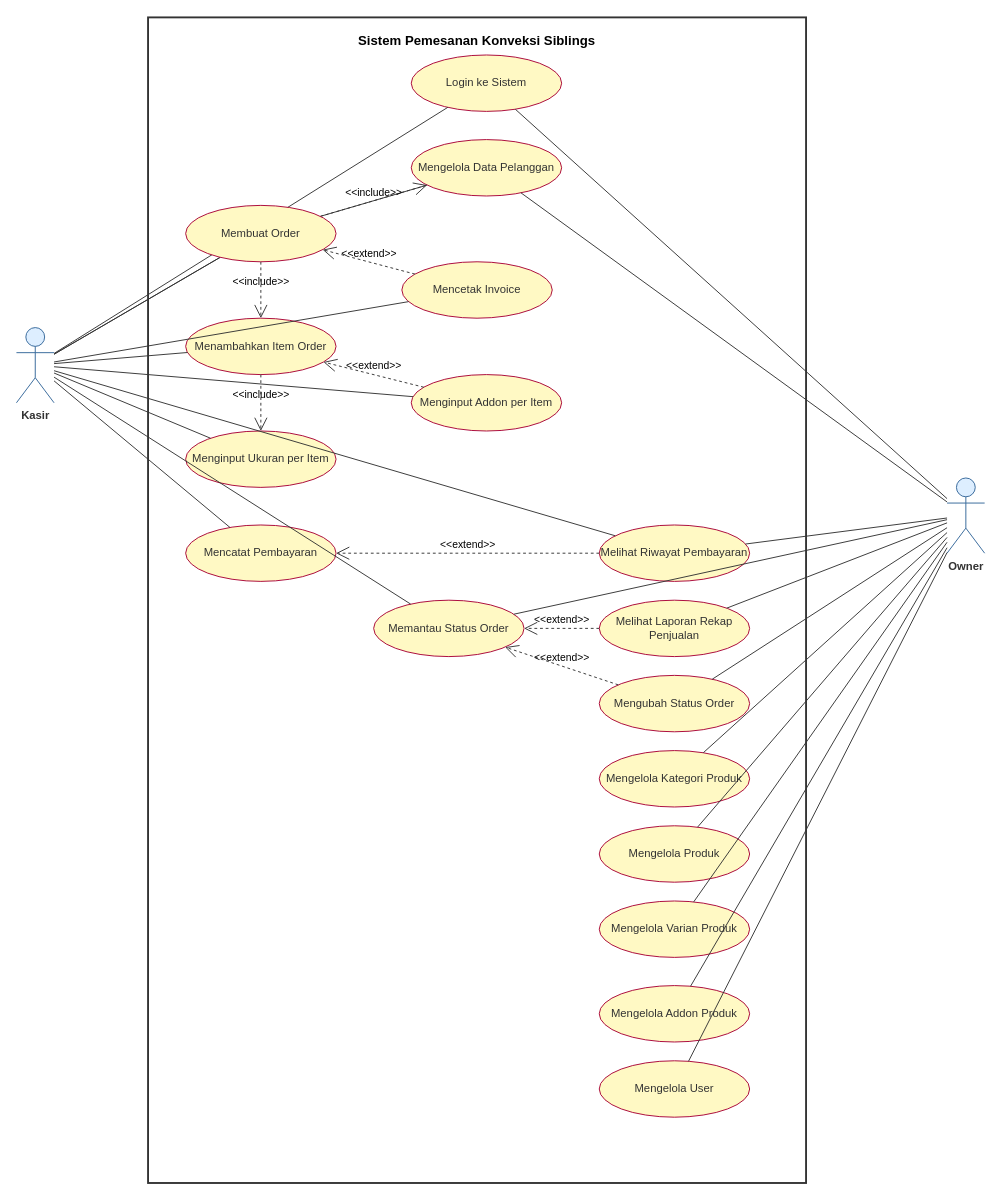
Earlier version of the draw.io diagram page "USE CASE" (2 of 10) of ALL UML.drawio (K35x/si_siblings_uml). Source tidied: cells renumbered, new cells numbered last; positions are measured from the earlier drawing's top-left corner, leaving out a move shared by most shapes. Both pictures are drawn from the tidied source at 94%, with x=0, y=0 at pixel (16, 17).
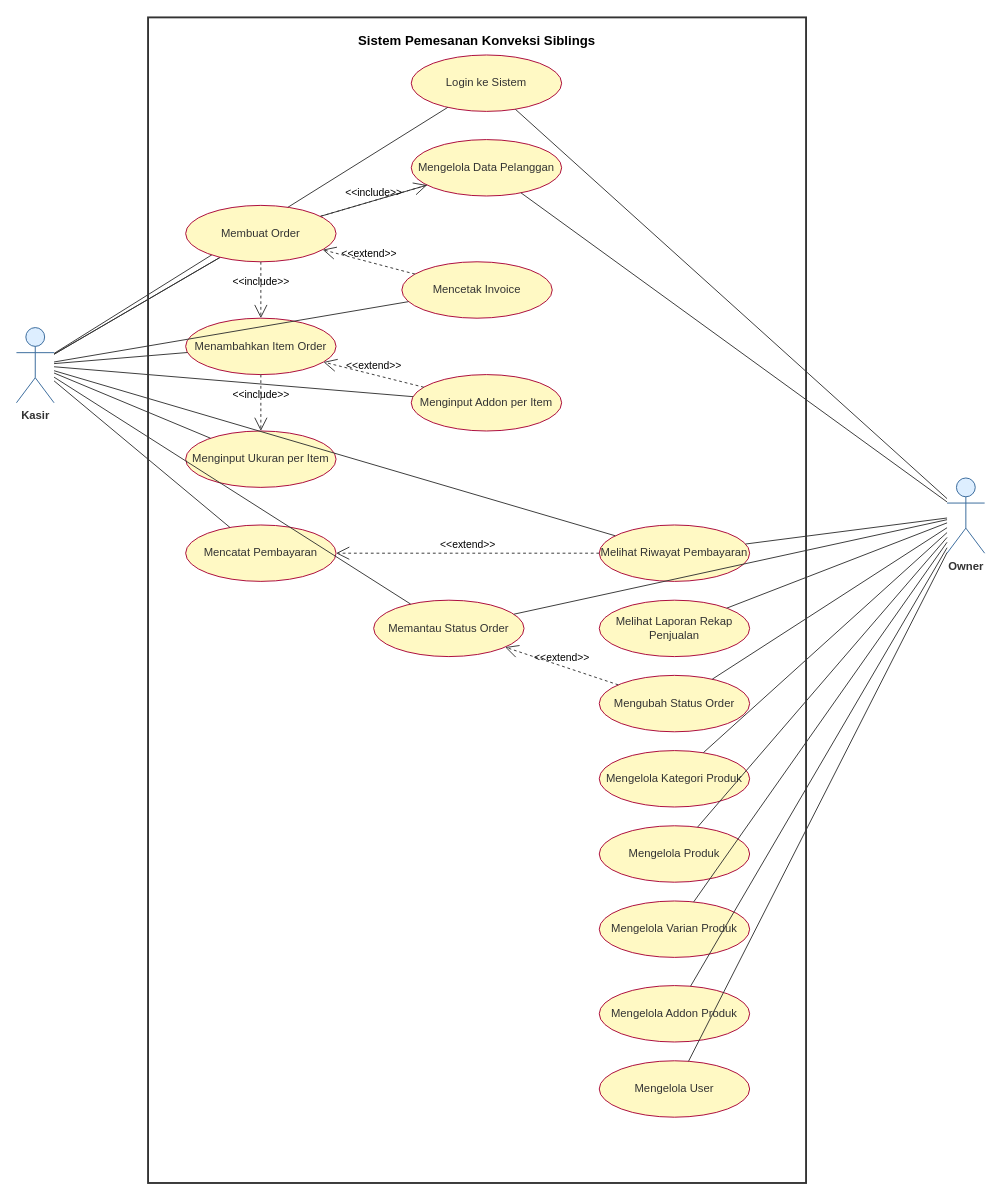
The same diagram, later.

Unchanged cells that the change refers to:
```xml
<mxCell id="13" value="Memantau Status Order" style="ellipse;whiteSpace=wrap;html=1;fillColor=#FFF9C4;strokeColor=#A80036;fontColor=#333333;" parent="1" vertex="1">
  <mxGeometry x="380" y="620" width="160" height="60" as="geometry" />
</mxCell>
<mxCell id="15" value="Melihat Laporan Rekap Penjualan" style="ellipse;whiteSpace=wrap;html=1;fillColor=#FFF9C4;strokeColor=#A80036;fontColor=#333333;" parent="1" vertex="1">
  <mxGeometry x="620" y="620" width="160" height="60" as="geometry" />
</mxCell>
```

What changed in the source:
```diff
@@
-    <mxCell id="49" value="&amp;lt;&amp;lt;extend&amp;gt;&amp;gt;" style="endArrow=open;endSize=12;dashed=1;html=1;rounded=0;align=center;verticalAlign=bottom;labelBackgroundColor=none;strokeColor=#333333;" parent="1" edge="1" source="15" target="13">
-      <mxGeometry relative="1" as="geometry" />
-    </mxCell>
```
